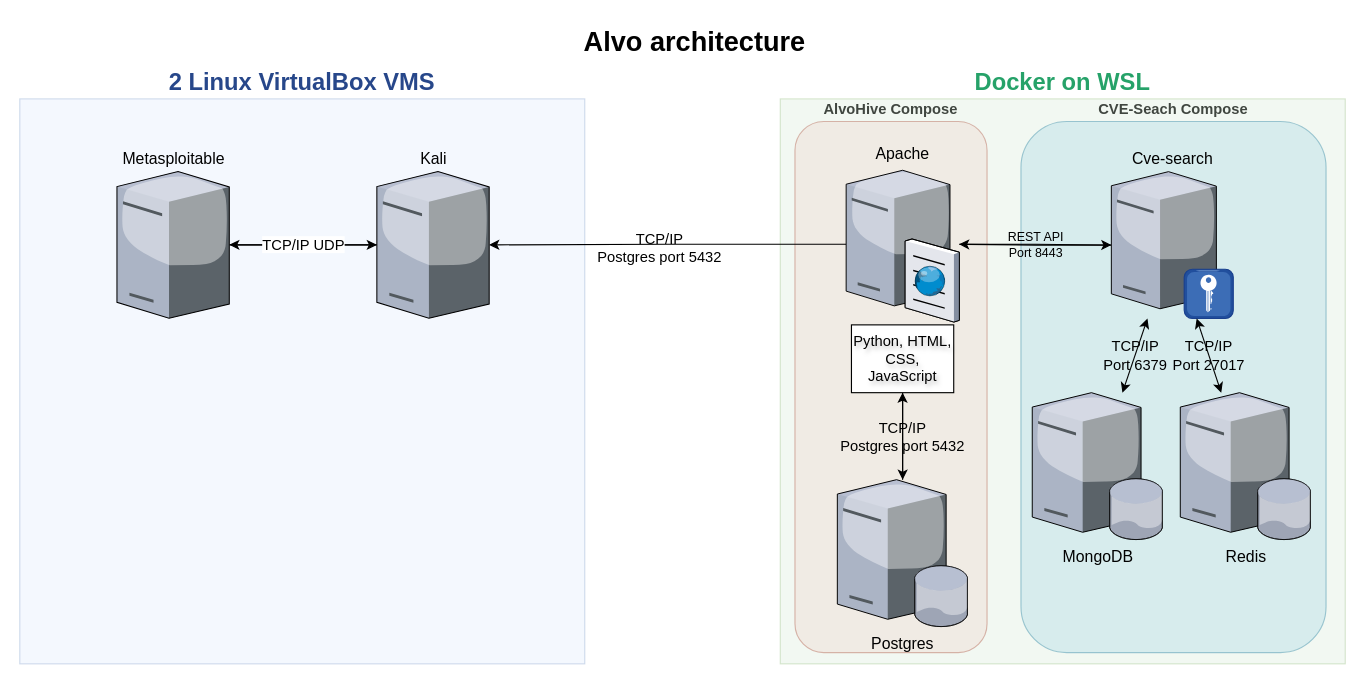
This is documentation_infra/Alvo.drawio from chloe0524/AlvoHive, a draw.io file, before an edit. Source tidied: cells renumbered, new cells numbered last; positions are measured from the earlier drawing's top-left corner, leaving out a move shared by most shapes. Both pictures are drawn from the tidied source at 113%, with x=0, y=0 at pixel (19, 19). Pictures stored in the file or linked from it are replaced by grey dashed boxes.
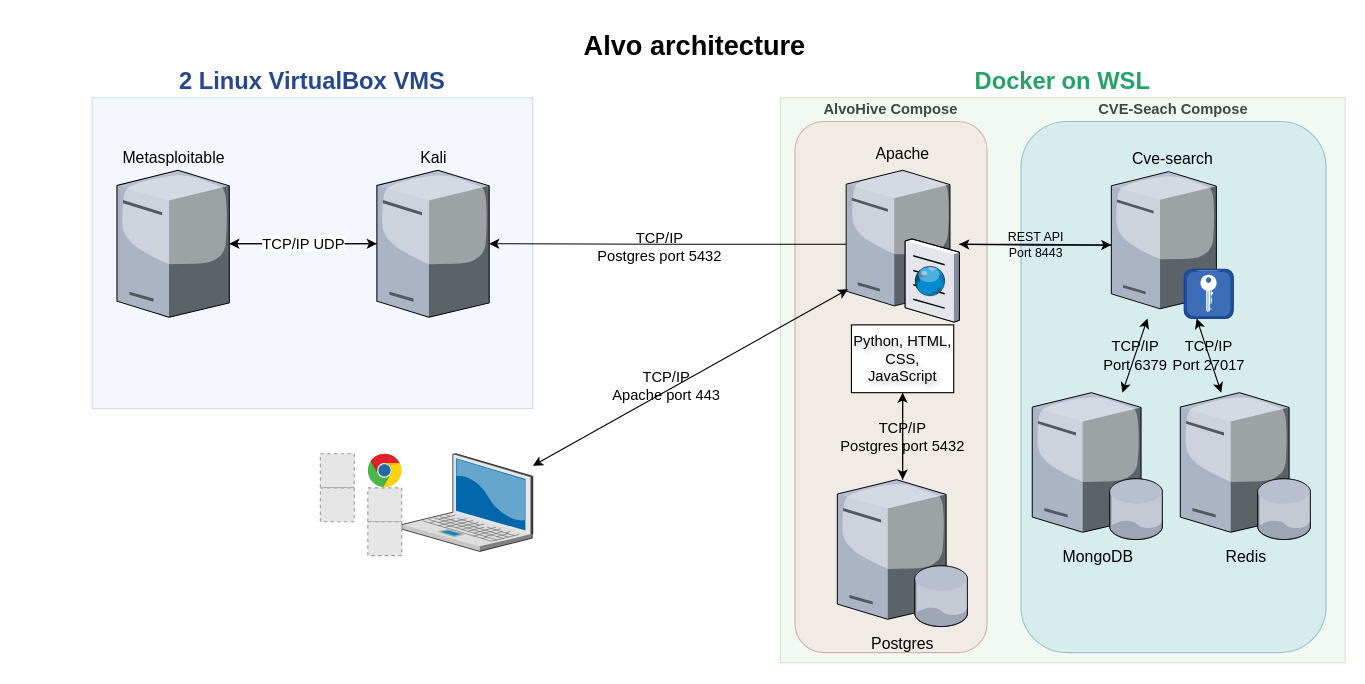
Above is the later version.

The change refers to these unchanged cells:
```xml
<mxCell id="9" value="Apache" style="verticalLabelPosition=top;html=1;verticalAlign=bottom;strokeColor=none;shape=mxgraph.citrix.cache_server;fillColor=#66B2FF;gradientColor=#0066CC;fontSize=14;labelPosition=center;align=center;" parent="1" vertex="1">
  <mxGeometry x="731.3" y="130" width="100" height="137.3" as="geometry" />
</mxCell>
```

The edit, as a diff of the source:
```diff
@@
-    <mxCell id="4" value="2 Linux VirtualBox VMS" style="whiteSpace=wrap;html=1;fillColor=#dae8fc;strokeColor=#6c8ebf;opacity=30;labelPosition=center;verticalLabelPosition=top;align=center;verticalAlign=bottom;fontSize=21;fontStyle=1;fontColor=#27478a;" parent="1" vertex="1">
-      <mxGeometry y="70" width="500" height="500" as="geometry" />
+    <mxCell id="4" value="2 Linux VirtualBox VMS" style="whiteSpace=wrap;html=1;fillColor=#dae8fc;strokeColor=#6c8ebf;opacity=30;labelPosition=center;verticalLabelPosition=top;align=center;verticalAlign=bottom;fontSize=21;fontStyle=1;fontColor=#27478a;imageAspect=0;" parent="1" vertex="1">
+      <mxGeometry x="64" y="69" width="390" height="275" as="geometry" />
     </mxCell>
     <mxCell id="5" value="Docker on WSL" style="whiteSpace=wrap;html=1;fillColor=#d5e8d4;strokeColor=#82b366;opacity=30;labelPosition=center;verticalLabelPosition=top;align=center;verticalAlign=bottom;fontSize=21;fontColor=#26a269;fontStyle=1;" parent="1" vertex="1">
-      <mxGeometry x="673" y="70" width="500" height="500" as="geometry" />
+      <mxGeometry x="673" y="69" width="500" height="500" as="geometry" />
     </mxCell>
@@
-    <mxCell id="10" value="Alvo architecture" style="text;strokeColor=none;fillColor=none;html=1;fontSize=24;fontStyle=1;verticalAlign=middle;align=center;" parent="1" vertex="1">
-      <mxGeometry x="166" width="861" height="40" as="geometry" />
+    <mxCell id="10" value="Alvo architecture" style="text;strokeColor=none;fillColor=none;html=1;fontSize=24;fontStyle=1;verticalAlign=middle;align=center;glass=0;rounded=0;shadow=0;" parent="1" vertex="1">
+      <mxGeometry x="166" y="4" width="861" height="40" as="geometry" />
     </mxCell>
@@
     <mxCell id="16" value="Kali" style="verticalLabelPosition=top;sketch=0;html=1;verticalAlign=bottom;strokeColor=none;align=center;outlineConnect=0;shape=mxgraph.citrix.license_server;fontSize=14;labelPosition=center;" parent="1" vertex="1">
-      <mxGeometry x="316" y="134.2" width="99.4" height="130" as="geometry" />
+      <mxGeometry x="316" y="133.2" width="99.4" height="130" as="geometry" />
     </mxCell>
@@
     <mxCell id="18" value="Metasploitable" style="verticalLabelPosition=top;sketch=0;html=1;verticalAlign=bottom;strokeColor=none;align=center;outlineConnect=0;shape=mxgraph.citrix.tower_server;labelPosition=center;fontSize=14;" parent="1" vertex="1">
-      <mxGeometry x="86" y="134.2" width="99.4" height="130" as="geometry" />
+      <mxGeometry x="86" y="133.2" width="99.4" height="130" as="geometry" />
     </mxCell>
@@
+    <mxCell id="25" style="verticalLabelPosition=bottom;sketch=0;html=1;verticalAlign=top;strokeColor=none;align=center;outlineConnect=0;shape=mxgraph.citrix.laptop_2;" parent="1" vertex="1">
+      <mxGeometry x="338" y="384" width="116" height="86.5" as="geometry" />
+    </mxCell>
+    <mxCell id="26" style="endArrow=classic;startArrow=classic;html=1;rounded=0;entryX=0.017;entryY=0.79;entryDx=0;entryDy=0;entryPerimeter=0;" parent="1" edge="1" source="25" target="9">
+      <mxGeometry relative="1" as="geometry" />
+    </mxCell>
+    <mxCell id="27" value="&lt;div style=&quot;font-size: 13px;&quot;&gt;TCP/IP&lt;/div&gt;&lt;div style=&quot;font-size: 13px;&quot;&gt;Apache port 443&lt;/div&gt;&lt;div style=&quot;font-size: 13px;&quot;&gt;&lt;br style=&quot;font-size: 13px;&quot;&gt;&lt;/div&gt;" style="edgeLabel;html=1;align=center;verticalAlign=middle;labelBackgroundColor=none;fontSize=13;" parent="26" vertex="1">
+      <mxGeometry x="-0.17" y="-2" relative="1" as="geometry" />
+    </mxCell>
+    <mxCell id="28" style="dashed=0;html=1;align=center;labelPosition=center;verticalLabelPosition=bottom;verticalAlign=top;shape=mxgraph.weblogos.chrome;" parent="1" vertex="1">
+      <mxGeometry x="308" y="384" width="30" height="30.2" as="geometry" />
+    </mxCell>
+    <mxCell id="29" style="fillColor=#E6E6E6;strokeColor=#999999;dashed=1;html=1;verticalAlign=top;verticalLabelPosition=bottom;labelBackgroundColor=#ffffff;" parent="1" vertex="1">
+      <mxGeometry x="266" y="384" width="30" height="30" as="geometry" />
+    </mxCell>
+    <mxCell id="30" style="fillColor=#E6E6E6;strokeColor=#999999;dashed=1;html=1;verticalAlign=top;verticalLabelPosition=bottom;labelBackgroundColor=#ffffff;" parent="1" vertex="1">
+      <mxGeometry x="266" y="414.2" width="30" height="30" as="geometry" />
+    </mxCell>
+    <mxCell id="31" style="fillColor=#E6E6E6;strokeColor=#999999;dashed=1;html=1;verticalAlign=top;verticalLabelPosition=bottom;labelBackgroundColor=#ffffff;" parent="1" vertex="1">
+      <mxGeometry x="308" y="414.2" width="30" height="30" as="geometry" />
+    </mxCell>
+    <mxCell id="32" style="fillColor=#E6E6E6;strokeColor=#999999;dashed=1;html=1;verticalAlign=top;verticalLabelPosition=bottom;labelBackgroundColor=#ffffff;" parent="1" vertex="1">
+      <mxGeometry x="308" y="444.2" width="30" height="30" as="geometry" />
+    </mxCell>
```
